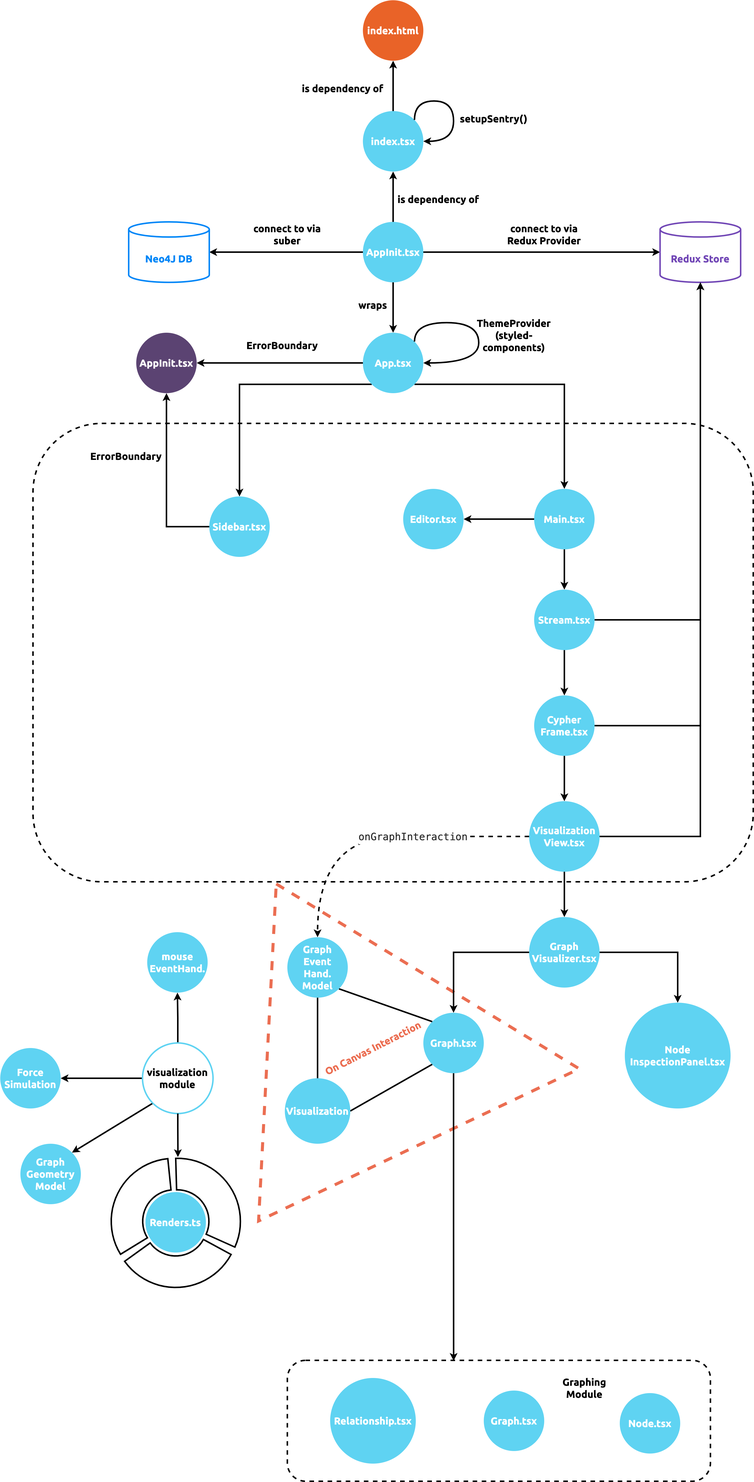
Before: docs/modules/ROOT/images/neo4j-browser.png, a diagram exported from draw.io (neo4j/neo4j-browser). Source tidied: cells renumbered, new cells last; positions are measured from the earlier drawing's top-left corner, leaving out a move shared by most shapes.
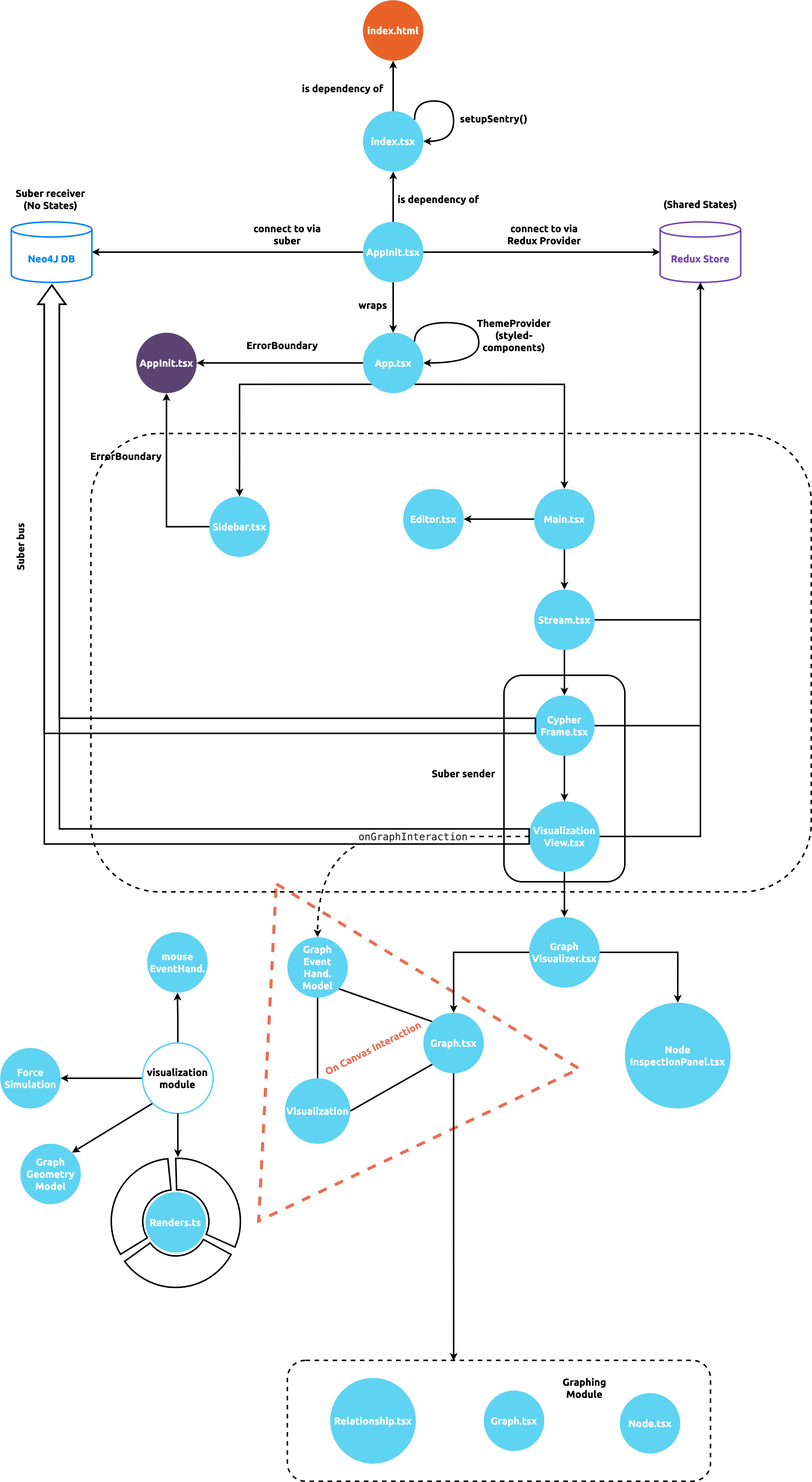
Later version of the same file.

Commit message:
Add documentation explaining Suber (v.s. Redux) (#25)

Diff of the diagram source:
```diff
@@ -8,9 +8,9 @@
     <mxCell id="3" style="rounded=1;whiteSpace=wrap;html=1;fillColor=none;strokeWidth=3;dashed=1;" parent="1" vertex="1">
       <mxGeometry x="570" y="2700" width="840" height="240" as="geometry" />
     </mxCell>
-    <mxCell id="4" style="rounded=1;whiteSpace=wrap;html=1;fillColor=none;strokeWidth=3;dashed=1;" parent="1" vertex="1">
-      <mxGeometry x="65" y="840" width="1430" height="910" as="geometry" />
-    </mxCell>
+    <mxCell id="78" style="rounded=1;whiteSpace=wrap;html=1;fillColor=none;strokeWidth=3;dashed=1;" parent="1" vertex="1">
+      <mxGeometry x="180" y="860" width="1430" height="910" as="geometry" />
+    </mxCell>
     <mxCell id="5" value="&lt;font size=&quot;1&quot; face=&quot;Ubuntu&quot;&gt;&lt;b style=&quot;font-size: 20px;&quot;&gt;Graphing Module&lt;/b&gt;&lt;/font&gt;" style="text;html=1;strokeColor=none;fillColor=none;align=center;verticalAlign=middle;whiteSpace=wrap;rounded=0;" parent="1" vertex="1">
       <mxGeometry x="1130" y="2740" width="60" height="30" as="geometry" />
     </mxCell>
@@ -78,7 +78,7 @@
       <mxGeometry x="990" y="450" width="180" height="30" as="geometry" />
     </mxCell>
     <mxCell id="25" value="&lt;font color=&quot;#0086f7&quot; style=&quot;font-size: 20px;&quot; face=&quot;Ubuntu&quot;&gt;&lt;b style=&quot;&quot;&gt;Neo4J DB&lt;/b&gt;&lt;/font&gt;" style="shape=cylinder3;whiteSpace=wrap;html=1;boundedLbl=1;backgroundOutline=1;size=15;fillColor=none;strokeColor=#0086F7;strokeWidth=3;" parent="1" vertex="1">
-      <mxGeometry x="255" y="440" width="160" height="120" as="geometry" />
+      <mxGeometry x="22" y="440" width="160" height="120" as="geometry" />
     </mxCell>
     <mxCell id="26" value="&lt;font face=&quot;Ubuntu&quot;&gt;&lt;span style=&quot;font-size: 20px;&quot;&gt;&lt;b&gt;connect to via suber&lt;/b&gt;&lt;/span&gt;&lt;/font&gt;" style="text;html=1;strokeColor=none;fillColor=none;align=center;verticalAlign=middle;whiteSpace=wrap;rounded=0;" parent="1" vertex="1">
       <mxGeometry x="480" y="450" width="180" height="30" as="geometry" />
@@ -242,5 +242,26 @@
     <mxCell id="77" value="&lt;font size=&quot;1&quot; face=&quot;Ubuntu&quot; color=&quot;#eb6e52&quot;&gt;&lt;b style=&quot;font-size: 20px;&quot;&gt;On Canvas Interaction&lt;/b&gt;&lt;/font&gt;" style="text;html=1;strokeColor=none;fillColor=none;align=center;verticalAlign=middle;whiteSpace=wrap;rounded=0;rotation=333;" parent="1" vertex="1">
       <mxGeometry x="620" y="2065" width="240" height="30" as="geometry" />
     </mxCell>
+    <mxCell id="79" value="&lt;font face=&quot;Ubuntu&quot;&gt;&lt;span style=&quot;font-size: 20px;&quot;&gt;&lt;b&gt;(Shared States)&lt;/b&gt;&lt;/span&gt;&lt;/font&gt;" style="text;html=1;strokeColor=none;fillColor=none;align=center;verticalAlign=middle;whiteSpace=wrap;rounded=0;" parent="1" vertex="1">
+      <mxGeometry x="1300" y="390" width="180" height="30" as="geometry" />
+    </mxCell>
+    <mxCell id="80" style="html=1;shadow=0;dashed=0;align=center;verticalAlign=middle;shape=mxgraph.arrows2.bendArrow;dy=15;dx=38;notch=0;arrowHead=55;rounded=0;strokeWidth=3;rotation=-90;fillColor=none;" parent="1" vertex="1">
+      <mxGeometry x="7.7" y="632.7" width="1109.7" height="975" as="geometry" />
+    </mxCell>
+    <mxCell id="81" value="&lt;font face=&quot;Ubuntu&quot;&gt;&lt;span style=&quot;font-size: 20px;&quot;&gt;&lt;b&gt;Suber bus&lt;/b&gt;&lt;/span&gt;&lt;/font&gt;" style="text;html=1;strokeColor=none;fillColor=none;align=center;verticalAlign=middle;whiteSpace=wrap;rounded=0;rotation=-90;" parent="1" vertex="1">
+      <mxGeometry x="-50" y="1070" width="180" height="30" as="geometry" />
+    </mxCell>
+    <mxCell id="82" style="html=1;shadow=0;dashed=0;align=center;verticalAlign=middle;shape=mxgraph.arrows2.bendArrow;dy=15;dx=38;notch=0;arrowHead=55;rounded=0;strokeWidth=3;rotation=-90;fillColor=none;" parent="1" vertex="1">
+      <mxGeometry x="123.8" y="516.5" width="889.7" height="988" as="geometry" />
+    </mxCell>
+    <mxCell id="83" value="&lt;font face=&quot;Ubuntu&quot;&gt;&lt;span style=&quot;font-size: 20px;&quot;&gt;&lt;b&gt;Suber receiver&lt;br&gt;(No States)&lt;br&gt;&lt;/b&gt;&lt;/span&gt;&lt;/font&gt;" style="text;html=1;strokeColor=none;fillColor=none;align=center;verticalAlign=middle;whiteSpace=wrap;rounded=0;rotation=0;" parent="1" vertex="1">
+      <mxGeometry x="10" y="380" width="180" height="30" as="geometry" />
+    </mxCell>
+    <mxCell id="84" style="rounded=1;whiteSpace=wrap;html=1;fillColor=none;strokeWidth=3;" parent="1" vertex="1">
+      <mxGeometry x="1000" y="1340" width="240" height="410" as="geometry" />
+    </mxCell>
+    <mxCell id="85" value="&lt;font face=&quot;Ubuntu&quot;&gt;&lt;span style=&quot;font-size: 20px;&quot;&gt;&lt;b&gt;Suber sender&lt;br&gt;&lt;/b&gt;&lt;/span&gt;&lt;/font&gt;" style="text;html=1;strokeColor=none;fillColor=none;align=center;verticalAlign=middle;whiteSpace=wrap;rounded=0;rotation=0;" parent="1" vertex="1">
+      <mxGeometry x="830" y="1520" width="180" height="30" as="geometry" />
+    </mxCell>
   </root>
 </mxGraphModel>
```
